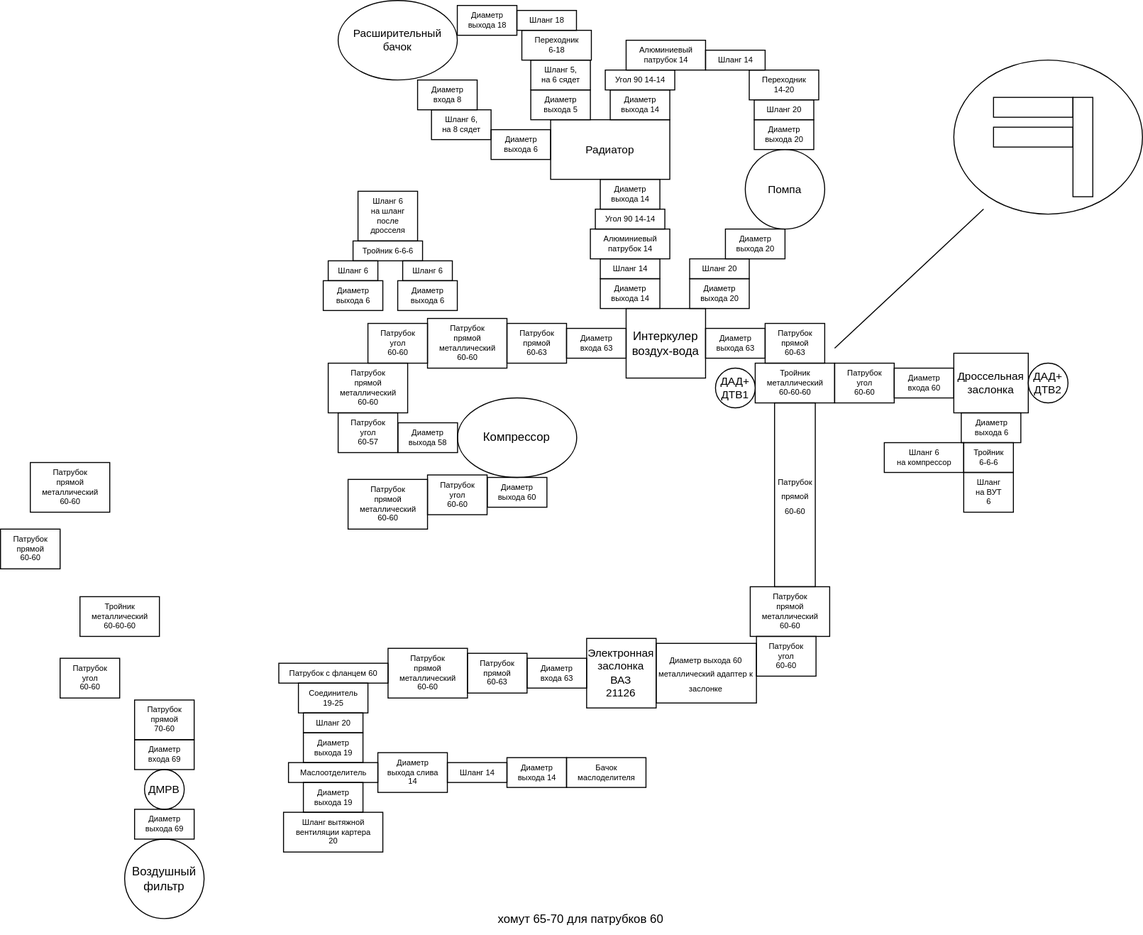
This is pipes_scheme.drawio.svg from kak-tus/compressor, a draw.io export, as it was before one commit. Source tidied: cells renumbered, new cells last; positions are measured from the earlier drawing's top-left corner, leaving out a move shared by most shapes.
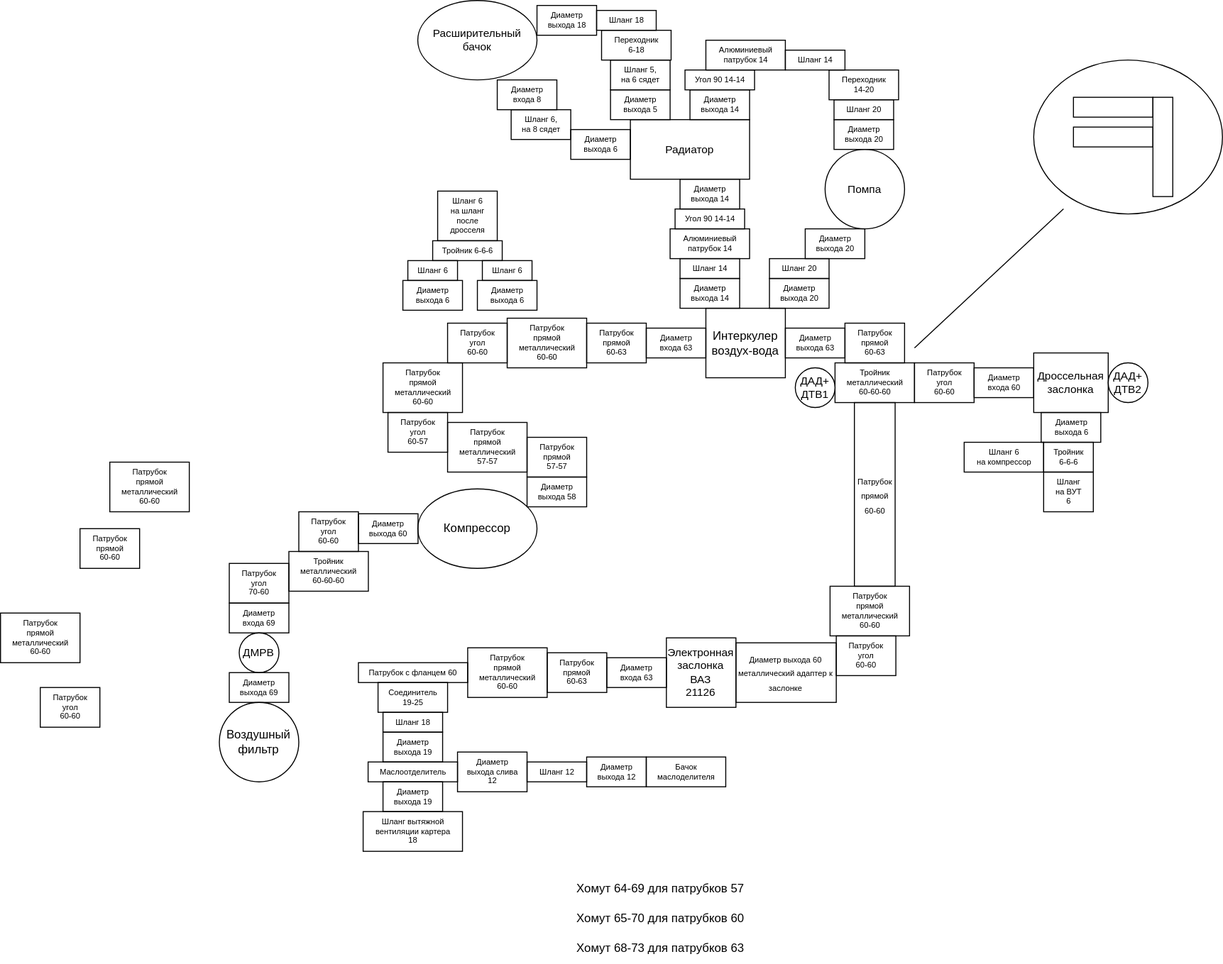
The same diagram one commit later.

Commit message:
Pipes install.

The edit, as a diff of the source:
```diff
@@ -3,10 +3,10 @@
     <mxCell id="0" />
     <mxCell id="1" parent="0" />
     <mxCell id="2" value="Воздушный фильтр" style="ellipse;whiteSpace=wrap;html=1;" parent="1" vertex="1">
-      <mxGeometry x="125" y="844" width="80" height="80" as="geometry" />
+      <mxGeometry x="140.2" y="707" width="80" height="80" as="geometry" />
     </mxCell>
     <mxCell id="3" value="Компрессор" style="ellipse;whiteSpace=wrap;html=1;" parent="1" vertex="1">
-      <mxGeometry x="460.2" y="400" width="120" height="80" as="geometry" />
+      <mxGeometry x="340" y="492" width="120" height="80" as="geometry" />
     </mxCell>
     <mxCell id="4" value="Интеркулер&lt;br&gt;воздух-вода" style="rounded=0;whiteSpace=wrap;html=1;" parent="1" vertex="1">
       <mxGeometry x="630" y="310" width="80" height="70" as="geometry" />
@@ -30,7 +30,7 @@
       <mxGeometry x="750" y="150" width="80" height="80" as="geometry" />
     </mxCell>
     <mxCell id="11" value="ДМРВ" style="ellipse;whiteSpace=wrap;html=1;fontFamily=Helvetica;fontSize=11;fontColor=default;" parent="1" vertex="1">
-      <mxGeometry x="145" y="774" width="40" height="40" as="geometry" />
+      <mxGeometry x="160.2" y="637" width="40" height="40" as="geometry" />
     </mxCell>
     <mxCell id="12" value="Диаметр&lt;br style=&quot;font-size: 8px;&quot;&gt;входа 63" style="text;html=1;align=center;verticalAlign=middle;strokeColor=default;fillColor=none;fontSize=8;" parent="1" vertex="1">
       <mxGeometry x="570" y="330" width="60" height="30" as="geometry" />
@@ -39,10 +39,10 @@
       <mxGeometry x="710" y="330" width="60" height="30" as="geometry" />
     </mxCell>
     <mxCell id="14" value="Диаметр&lt;br style=&quot;font-size: 8px;&quot;&gt;выхода 58" style="text;html=1;align=center;verticalAlign=middle;strokeColor=default;fillColor=none;fontSize=8;" parent="1" vertex="1">
-      <mxGeometry x="400.2" y="425" width="60" height="30" as="geometry" />
+      <mxGeometry x="450" y="480" width="60" height="30" as="geometry" />
     </mxCell>
     <mxCell id="15" value="Диаметр&lt;br style=&quot;font-size: 8px;&quot;&gt;входа 69" style="text;html=1;align=center;verticalAlign=middle;strokeColor=default;fillColor=none;fontSize=8;" parent="1" vertex="1">
-      <mxGeometry x="135" y="744" width="60" height="30" as="geometry" />
+      <mxGeometry x="150.2" y="607" width="60" height="30" as="geometry" />
     </mxCell>
     <mxCell id="16" value="Диаметр&lt;br style=&quot;font-size: 8px;&quot;&gt;входа 60" style="text;html=1;align=center;verticalAlign=middle;strokeColor=default;fillColor=none;fontSize=8;" parent="1" vertex="1">
       <mxGeometry x="900" y="370" width="60" height="30" as="geometry" />
@@ -60,10 +60,10 @@
       <mxGeometry x="470.2" y="657" width="60" height="40" as="geometry" />
     </mxCell>
     <mxCell id="21" value="Тройник&lt;br&gt;металлический&lt;br&gt;60-60-60" style="text;html=1;align=center;verticalAlign=middle;strokeColor=default;fillColor=none;fontSize=8;" parent="1" vertex="1">
-      <mxGeometry x="80" y="600" width="80" height="40" as="geometry" />
+      <mxGeometry x="210.2" y="555" width="80" height="40" as="geometry" />
     </mxCell>
     <mxCell id="22" value="Диаметр&lt;br style=&quot;font-size: 8px;&quot;&gt;выхода 69" style="text;html=1;align=center;verticalAlign=middle;strokeColor=default;fillColor=none;fontSize=8;" parent="1" vertex="1">
-      <mxGeometry x="135" y="814" width="60" height="30" as="geometry" />
+      <mxGeometry x="150.2" y="677" width="60" height="30" as="geometry" />
     </mxCell>
     <mxCell id="23" value="Диаметр&lt;br style=&quot;font-size: 8px;&quot;&gt;входа 63" style="text;html=1;align=center;verticalAlign=middle;strokeColor=default;fillColor=none;fontSize=8;" parent="1" vertex="1">
       <mxGeometry x="530.2" y="662" width="60" height="30" as="geometry" />
@@ -149,11 +149,11 @@
     <mxCell id="50" value="Тройник&lt;br&gt;6-6-6" style="text;html=1;align=center;verticalAlign=middle;strokeColor=default;fillColor=none;fontSize=8;" parent="1" vertex="1">
       <mxGeometry x="970" y="445" width="50" height="30" as="geometry" />
     </mxCell>
-    <mxCell id="51" value="Патрубок&lt;br&gt;прямой&lt;br style=&quot;border-color: var(--border-color);&quot;&gt;70-60" style="text;html=1;align=center;verticalAlign=middle;strokeColor=default;fillColor=none;fontSize=8;" parent="1" vertex="1">
-      <mxGeometry x="135" y="704" width="60" height="40" as="geometry" />
+    <mxCell id="51" value="Патрубок&lt;br&gt;угол&lt;br style=&quot;border-color: var(--border-color);&quot;&gt;70-60" style="text;html=1;align=center;verticalAlign=middle;strokeColor=default;fillColor=none;fontSize=8;" parent="1" vertex="1">
+      <mxGeometry x="150.2" y="567" width="60" height="40" as="geometry" />
     </mxCell>
     <mxCell id="52" value="Диаметр&lt;br style=&quot;font-size: 8px;&quot;&gt;выхода 60" style="text;html=1;align=center;verticalAlign=middle;strokeColor=default;fillColor=none;fontSize=8;" parent="1" vertex="1">
-      <mxGeometry x="490.2" y="480" width="60" height="30" as="geometry" />
+      <mxGeometry x="280.2" y="517" width="60" height="30" as="geometry" />
     </mxCell>
     <mxCell id="53" value="Угол 90 14-14" style="text;html=1;align=center;verticalAlign=middle;strokeColor=default;fillColor=none;fontSize=8;" parent="1" vertex="1">
       <mxGeometry x="599" y="210" width="70" height="20" as="geometry" />
@@ -191,7 +191,7 @@
     <mxCell id="64" value="&lt;span style=&quot;font-size: 8px;&quot;&gt;Патрубок&lt;/span&gt;&lt;br style=&quot;border-color: var(--border-color); font-size: 8px;&quot;&gt;&lt;span style=&quot;font-size: 8px;&quot;&gt;прямой&lt;/span&gt;&lt;br style=&quot;border-color: var(--border-color); font-size: 8px;&quot;&gt;&lt;span style=&quot;font-size: 8px;&quot;&gt;60-60&lt;/span&gt;" style="rounded=0;whiteSpace=wrap;html=1;strokeColor=default;fillColor=none;" parent="1" vertex="1">
       <mxGeometry x="779.5" y="405" width="41" height="185" as="geometry" />
     </mxCell>
-    <mxCell id="65" value="хомут 65-70 для патрубков 60" style="text;html=1;align=center;verticalAlign=middle;strokeColor=none;fillColor=none;" parent="1" vertex="1">
+    <mxCell id="65" value="Хомут 65-70 для патрубков 60" style="text;html=1;align=center;verticalAlign=middle;strokeColor=none;fillColor=none;" parent="1" vertex="1">
       <mxGeometry x="489" y="910" width="190" height="30" as="geometry" />
     </mxCell>
     <mxCell id="66" value="Патрубок с фланцем 60" style="text;html=1;align=center;verticalAlign=middle;strokeColor=default;fillColor=none;fontSize=8;" parent="1" vertex="1">
@@ -209,7 +209,7 @@
     <mxCell id="70" value="Диаметр&lt;br style=&quot;font-size: 8px;&quot;&gt;выхода 19" style="text;html=1;align=center;verticalAlign=middle;strokeColor=default;fillColor=none;fontSize=8;" parent="1" vertex="1">
       <mxGeometry x="305" y="737" width="60" height="30" as="geometry" />
     </mxCell>
-    <mxCell id="71" value="Шланг вытяжной&lt;br&gt;вентиляции картера&lt;br&gt;20" style="text;html=1;align=center;verticalAlign=middle;strokeColor=default;fillColor=none;fontSize=8;" parent="1" vertex="1">
+    <mxCell id="71" value="Шланг вытяжной&lt;br&gt;вентиляции картера&lt;br&gt;18" style="text;html=1;align=center;verticalAlign=middle;strokeColor=default;fillColor=none;fontSize=8;" parent="1" vertex="1">
       <mxGeometry x="285" y="817" width="100" height="40" as="geometry" />
     </mxCell>
     <mxCell id="72" value="Патрубок&lt;br&gt;прямой&lt;br&gt;металлический&lt;br&gt;60-60" style="text;html=1;align=center;verticalAlign=middle;strokeColor=default;fillColor=none;fontSize=8;" parent="1" vertex="1">
@@ -219,22 +219,22 @@
       <mxGeometry x="430" y="320" width="80" height="50" as="geometry" />
     </mxCell>
     <mxCell id="74" value="Патрубок&lt;br&gt;угол&lt;br&gt;60-60" style="text;html=1;align=center;verticalAlign=middle;strokeColor=default;fillColor=none;fontSize=8;" parent="1" vertex="1">
-      <mxGeometry x="60" y="662" width="60" height="40" as="geometry" />
+      <mxGeometry x="-40" y="692" width="60" height="40" as="geometry" />
     </mxCell>
     <mxCell id="75" value="Патрубок&lt;br&gt;угол&lt;br&gt;60-57" style="text;html=1;align=center;verticalAlign=middle;strokeColor=default;fillColor=none;fontSize=8;" parent="1" vertex="1">
-      <mxGeometry x="340" y="415" width="60" height="40" as="geometry" />
+      <mxGeometry x="310" y="415" width="60" height="40" as="geometry" />
     </mxCell>
     <mxCell id="76" value="Патрубок&lt;br&gt;прямой&lt;br&gt;металлический&lt;br&gt;60-60" style="text;html=1;align=center;verticalAlign=middle;strokeColor=default;fillColor=none;fontSize=8;" parent="1" vertex="1">
-      <mxGeometry x="330" y="365" width="80" height="50" as="geometry" />
+      <mxGeometry x="305" y="365" width="80" height="50" as="geometry" />
     </mxCell>
     <mxCell id="77" value="Патрубок&lt;br&gt;угол&lt;br&gt;60-60" style="text;html=1;align=center;verticalAlign=middle;strokeColor=default;fillColor=none;fontSize=8;" parent="1" vertex="1">
       <mxGeometry x="370" y="325" width="60" height="40" as="geometry" />
     </mxCell>
     <mxCell id="78" value="Патрубок&lt;br&gt;угол&lt;br&gt;60-60" style="text;html=1;align=center;verticalAlign=middle;strokeColor=default;fillColor=none;fontSize=8;" parent="1" vertex="1">
-      <mxGeometry x="430" y="477.5" width="60" height="40" as="geometry" />
+      <mxGeometry x="220.2" y="515" width="60" height="40" as="geometry" />
     </mxCell>
     <mxCell id="79" value="Патрубок&lt;br&gt;прямой&lt;br&gt;металлический&lt;br&gt;60-60" style="text;html=1;align=center;verticalAlign=middle;strokeColor=default;fillColor=none;fontSize=8;" parent="1" vertex="1">
-      <mxGeometry x="350" y="482" width="80" height="50" as="geometry" />
+      <mxGeometry x="-80" y="617" width="80" height="50" as="geometry" />
     </mxCell>
     <mxCell id="80" value="Патрубок&lt;br&gt;прямой&lt;br style=&quot;border-color: var(--border-color);&quot;&gt;60-60" style="text;html=1;align=center;verticalAlign=middle;strokeColor=default;fillColor=none;fontSize=8;" parent="1" vertex="1">
       <mxGeometry y="532" width="60" height="40" as="geometry" />
@@ -263,20 +263,32 @@
         <mxPoint x="30" y="150" as="targetPoint" />
       </mxGeometry>
     </mxCell>
-    <mxCell id="88" value="Шланг 20" style="text;html=1;align=center;verticalAlign=middle;strokeColor=default;fillColor=none;fontSize=8;" parent="1" vertex="1">
+    <mxCell id="88" value="Шланг 18" style="text;html=1;align=center;verticalAlign=middle;strokeColor=default;fillColor=none;fontSize=8;" parent="1" vertex="1">
       <mxGeometry x="305" y="717" width="60" height="20" as="geometry" />
     </mxCell>
     <mxCell id="89" value="Бачок&lt;br&gt;маслоделителя" style="text;html=1;align=center;verticalAlign=middle;strokeColor=default;fillColor=none;fontSize=8;" parent="1" vertex="1">
       <mxGeometry x="570" y="762" width="80" height="30" as="geometry" />
     </mxCell>
-    <mxCell id="90" value="Диаметр&lt;br style=&quot;font-size: 8px;&quot;&gt;выхода слива&lt;br&gt;14" style="text;html=1;align=center;verticalAlign=middle;strokeColor=default;fillColor=none;fontSize=8;" parent="1" vertex="1">
+    <mxCell id="90" value="Диаметр&lt;br style=&quot;font-size: 8px;&quot;&gt;выхода слива&lt;br&gt;12" style="text;html=1;align=center;verticalAlign=middle;strokeColor=default;fillColor=none;fontSize=8;" parent="1" vertex="1">
       <mxGeometry x="380" y="757" width="70" height="40" as="geometry" />
     </mxCell>
-    <mxCell id="91" value="Шланг 14" style="text;html=1;align=center;verticalAlign=middle;strokeColor=default;fillColor=none;fontSize=8;" parent="1" vertex="1">
+    <mxCell id="91" value="Шланг 12" style="text;html=1;align=center;verticalAlign=middle;strokeColor=default;fillColor=none;fontSize=8;" parent="1" vertex="1">
       <mxGeometry x="450" y="767" width="60" height="20" as="geometry" />
     </mxCell>
-    <mxCell id="92" value="Диаметр&lt;br style=&quot;font-size: 8px;&quot;&gt;выхода 14" style="text;html=1;align=center;verticalAlign=middle;strokeColor=default;fillColor=none;fontSize=8;" parent="1" vertex="1">
+    <mxCell id="92" value="Диаметр&lt;br style=&quot;font-size: 8px;&quot;&gt;выхода 12" style="text;html=1;align=center;verticalAlign=middle;strokeColor=default;fillColor=none;fontSize=8;" parent="1" vertex="1">
       <mxGeometry x="510" y="762" width="60" height="30" as="geometry" />
     </mxCell>
+    <mxCell id="93" value="Хомут 68-73 для патрубков 63" style="text;html=1;align=center;verticalAlign=middle;strokeColor=none;fillColor=none;" parent="1" vertex="1">
+      <mxGeometry x="489" y="940" width="190" height="30" as="geometry" />
+    </mxCell>
+    <mxCell id="94" value="Патрубок&lt;br&gt;прямой&lt;br&gt;металлический&lt;br&gt;57-57" style="text;html=1;align=center;verticalAlign=middle;strokeColor=default;fillColor=none;fontSize=8;" parent="1" vertex="1">
+      <mxGeometry x="370" y="425" width="80" height="50" as="geometry" />
+    </mxCell>
+    <mxCell id="95" value="Патрубок&lt;br&gt;прямой&lt;br&gt;57-57" style="text;html=1;align=center;verticalAlign=middle;strokeColor=default;fillColor=none;fontSize=8;" parent="1" vertex="1">
+      <mxGeometry x="450" y="440" width="60" height="40" as="geometry" />
+    </mxCell>
+    <mxCell id="96" value="Хомут 64-69 для патрубков 57" style="text;html=1;align=center;verticalAlign=middle;strokeColor=none;fillColor=none;" parent="1" vertex="1">
+      <mxGeometry x="489" y="880" width="190" height="30" as="geometry" />
+    </mxCell>
   </root>
 </mxGraphModel>
```
